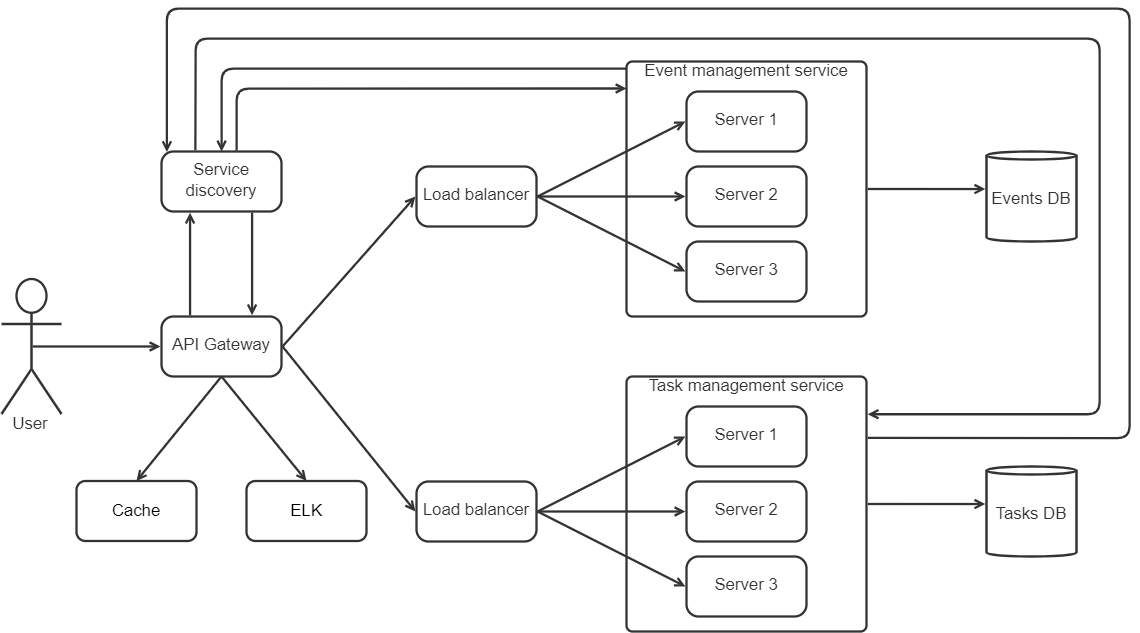
This is systemDesign.png from butnaruv/PAD-Lab1, a draw.io export, as it was before one commit. Source tidied: cells renumbered, new cells last; positions are measured from the earlier drawing's top-left corner, leaving out a move shared by most shapes.
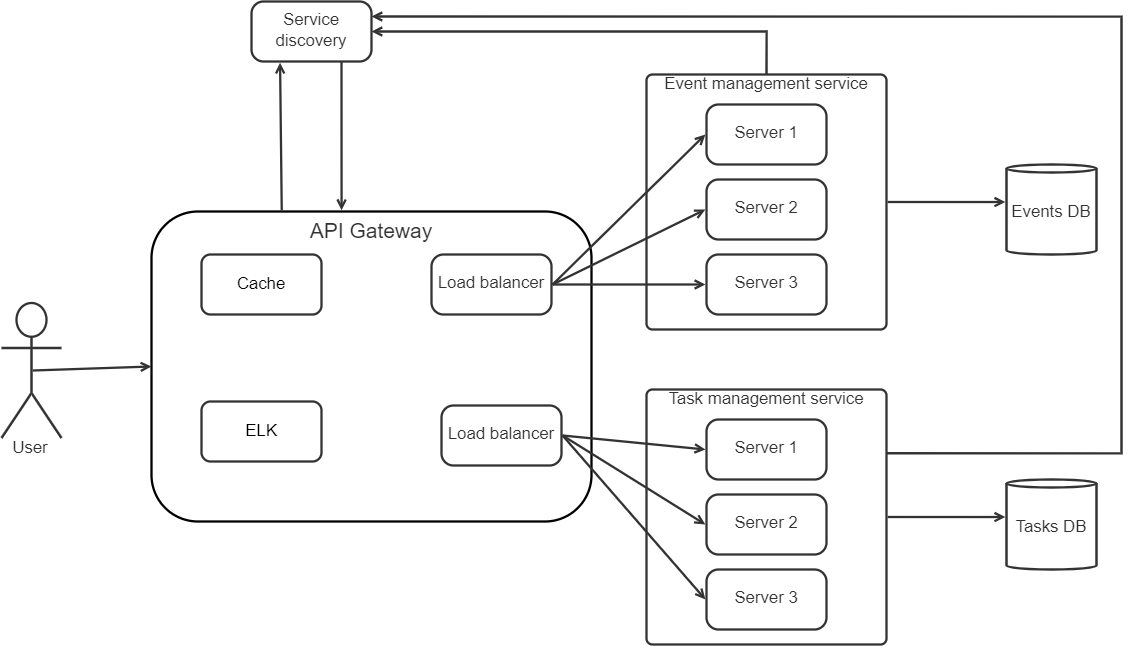
After the commit.

Change to the diagram source:
```diff
@@ -2,17 +2,11 @@
   <root>
     <mxCell id="0" />
     <mxCell id="1" parent="0" />
-    <mxCell id="2" style="rounded=0;jettySize=auto;html=1;exitX=0.5;exitY=1;exitDx=0;exitDy=0;strokeWidth=2.3;endArrow=open;endFill=0;entryX=0.5;entryY=0;entryDx=0;entryDy=0;strokeColor=#333333;" parent="1" edge="1" source="4" target="37">
-      <mxGeometry relative="1" as="geometry" />
-    </mxCell>
-    <mxCell id="3" style="rounded=0;jettySize=auto;html=1;entryX=0.5;entryY=0;entryDx=0;entryDy=0;exitX=0.5;exitY=1;exitDx=0;exitDy=0;strokeWidth=2.3;endArrow=open;endFill=0;strokeColor=#333333;" parent="1" edge="1" source="4" target="36">
-      <mxGeometry relative="1" as="geometry" />
-    </mxCell>
-    <mxCell id="4" value="&lt;div style=&quot;display: flex; justify-content: center; text-align: center; align-items: baseline; font-size: 0; line-height: 1.25;margin-top: -2px;&quot;&gt;&lt;span&gt;&lt;span style=&quot;font-size:16.8px;color:#333333;&quot;&gt;API Gateway&lt;/span&gt;&lt;/span&gt;&lt;/div&gt;" style="rounded=1;arcSize=20;whiteSpace=wrap;overflow=block;blockSpacing=1;html=1;fontSize=13;spacing=0;strokeColor=#333333;strokeOpacity=100;fillOpacity=100;fillColor=#ffffff;strokeWidth=2.3;" parent="1" vertex="1">
-      <mxGeometry x="160" y="308" width="120" height="60" as="geometry" />
+    <mxCell id="4" value="&lt;font style=&quot;font-size: 21px;&quot;&gt;API Gateway&lt;/font&gt;" style="rounded=1;whiteSpace=wrap;html=1;fillColor=none;strokeWidth=2.3;align=center;horizontal=1;verticalAlign=top;fontColor=#333333;" parent="1" vertex="1">
+      <mxGeometry x="130" y="190" width="440" height="310" as="geometry" />
     </mxCell>
     <mxCell id="5" value="&lt;div style=&quot;display: flex; justify-content: center; text-align: center; align-items: baseline; font-size: 0; line-height: 1.25;margin-top: -2px;&quot;&gt;&lt;span&gt;&lt;span style=&quot;font-size:16.8px;color:#333333;&quot;&gt;Service discovery&lt;/span&gt;&lt;/span&gt;&lt;/div&gt;" style="rounded=1;arcSize=20;whiteSpace=wrap;overflow=block;blockSpacing=1;html=1;fontSize=13;spacing=0;strokeColor=#333333;strokeOpacity=100;fillOpacity=100;fillColor=#ffffff;strokeWidth=2.3;" parent="1" vertex="1">
-      <mxGeometry x="160" y="143" width="120" height="60" as="geometry" />
+      <mxGeometry x="230" y="-20" width="120" height="60" as="geometry" />
     </mxCell>
     <mxCell id="6" value="&lt;div style=&quot;display: flex; justify-content: center; text-align: center; align-items: baseline; font-size: 0; line-height: 1.25;margin-top: -2px;&quot;&gt;&lt;span&gt;&lt;span style=&quot;font-size:16.8px;color:#333333;&quot;&gt;Server 1&lt;/span&gt;&lt;/span&gt;&lt;/div&gt;" style="rounded=1;arcSize=20;whiteSpace=wrap;overflow=block;blockSpacing=1;html=1;fontSize=13;spacing=0;strokeColor=#333333;strokeOpacity=100;fillOpacity=100;fillColor=#ffffff;strokeWidth=2.3;" parent="1" vertex="1">
       <mxGeometry x="685" y="83" width="120" height="60" as="geometry" />
@@ -27,14 +21,17 @@
       <mxGeometry x="985" y="458" width="90" height="90" as="geometry" />
     </mxCell>
     <mxCell id="10" value="&lt;div style=&quot;display: flex; justify-content: center; text-align: center; align-items: baseline; font-size: 0; line-height: 1.25;margin-top: -2px;&quot;&gt;&lt;span&gt;&lt;span style=&quot;font-size:16.8px;color:#333333;&quot;&gt;Load balancer&lt;/span&gt;&lt;/span&gt;&lt;/div&gt;" style="rounded=1;arcSize=20;whiteSpace=wrap;overflow=block;blockSpacing=1;html=1;fontSize=13;spacing=0;strokeColor=#333333;strokeOpacity=100;fillOpacity=100;fillColor=#ffffff;strokeWidth=2.3;" parent="1" vertex="1">
-      <mxGeometry x="415" y="473" width="120" height="60" as="geometry" />
+      <mxGeometry x="420" y="384" width="120" height="60" as="geometry" />
     </mxCell>
     <mxCell id="11" value="&lt;div style=&quot;display: flex; justify-content: center; text-align: center; align-items: baseline; font-size: 0; line-height: 1.25;margin-top: -2px;&quot;&gt;&lt;span&gt;&lt;span style=&quot;font-size:16.8px;color:#333333;&quot;&gt;Load balancer&lt;/span&gt;&lt;/span&gt;&lt;/div&gt;" style="rounded=1;arcSize=20;whiteSpace=wrap;overflow=block;blockSpacing=1;html=1;fontSize=13;spacing=0;strokeColor=#333333;strokeOpacity=100;fillOpacity=100;fillColor=#ffffff;strokeWidth=2.3;" parent="1" vertex="1">
-      <mxGeometry x="415" y="158" width="120" height="60" as="geometry" />
+      <mxGeometry x="410" y="233" width="120" height="60" as="geometry" />
     </mxCell>
     <mxCell id="12" value="&lt;div style=&quot;display: flex; justify-content: center; text-align: center; align-items: baseline; font-size: 0; line-height: 1.25;margin-top: -2px;&quot;&gt;&lt;span&gt;&lt;span style=&quot;font-size:16.8px;color:#333333;&quot;&gt;Server 3&lt;/span&gt;&lt;/span&gt;&lt;/div&gt;" style="rounded=1;arcSize=20;whiteSpace=wrap;overflow=block;blockSpacing=1;html=1;fontSize=13;spacing=0;strokeColor=#333333;strokeOpacity=100;fillOpacity=100;fillColor=#ffffff;strokeWidth=2.3;" parent="1" vertex="1">
       <mxGeometry x="685" y="233" width="120" height="60" as="geometry" />
     </mxCell>
+    <mxCell id="38" style="edgeStyle=orthogonalEdgeStyle;rounded=0;jettySize=auto;html=1;exitX=0.5;exitY=0;exitDx=0;exitDy=0;entryX=1;entryY=0.5;entryDx=0;entryDy=0;strokeWidth=2.3;strokeColor=#333333;endArrow=open;endFill=0;" parent="1" edge="1" source="13" target="5">
+      <mxGeometry relative="1" as="geometry" />
+    </mxCell>
     <mxCell id="13" value="Event management service" style="html=1;overflow=block;blockSpacing=1;whiteSpace=wrap;fontSize=16.8;fontColor=#333333;align=center;spacing=0;strokeColor=#333333;strokeOpacity=100;fillOpacity=0;rounded=1;absoluteArcSize=1;arcSize=12;fillColor=#000000;strokeWidth=2.3;lucidId=i9RyaR7qmEpO;verticalAlign=top;" parent="1" vertex="1">
       <mxGeometry x="625" y="53" width="240" height="255" as="geometry" />
     </mxCell>
@@ -47,13 +44,21 @@
     <mxCell id="16" value="&lt;div style=&quot;display: flex; justify-content: center; text-align: center; align-items: baseline; font-size: 0; line-height: 1.25;margin-top: -2px;&quot;&gt;&lt;span&gt;&lt;span style=&quot;font-size:16.8px;color:#333333;&quot;&gt;Server 3&lt;/span&gt;&lt;/span&gt;&lt;/div&gt;" style="rounded=1;arcSize=20;whiteSpace=wrap;overflow=block;blockSpacing=1;html=1;fontSize=13;spacing=0;strokeColor=#333333;strokeOpacity=100;fillOpacity=100;fillColor=#ffffff;strokeWidth=2.3;" parent="1" vertex="1">
       <mxGeometry x="685" y="548" width="120" height="60" as="geometry" />
     </mxCell>
+    <mxCell id="35" style="edgeStyle=orthogonalEdgeStyle;rounded=0;jettySize=auto;html=1;exitX=1;exitY=0.25;exitDx=0;exitDy=0;entryX=1;entryY=0.25;entryDx=0;entryDy=0;strokeColor=#333333;strokeWidth=2.3;endArrow=open;endFill=0;" parent="1" edge="1" source="17" target="5">
+      <mxGeometry relative="1" as="geometry">
+        <Array as="points">
+          <mxPoint x="1100" y="432" />
+          <mxPoint x="1100" y="-5" />
+        </Array>
+      </mxGeometry>
+    </mxCell>
     <mxCell id="17" value="Task management service" style="html=1;overflow=block;blockSpacing=1;whiteSpace=wrap;fontSize=16.8;fontColor=#333333;align=center;spacing=0;strokeColor=#333333;strokeOpacity=100;fillOpacity=0;rounded=1;absoluteArcSize=1;arcSize=12;fillColor=#000000;strokeWidth=2.3;lucidId=s-Ry9ryg8bJo;verticalAlign=top;" parent="1" vertex="1">
       <mxGeometry x="625" y="368" width="240" height="255" as="geometry" />
     </mxCell>
     <mxCell id="18" value="User" style="html=1;overflow=block;blockSpacing=1;shape=umlActor;labelPosition=center;verticalLabelPosition=bottom;verticalAlign=top;whiteSpace=nowrap;fontSize=16.8;fontColor=#333333;align=center;spacing=0;strokeColor=#333333;strokeOpacity=100;fillOpacity=100;rounded=1;absoluteArcSize=1;arcSize=12;fillColor=#ffffff;strokeWidth=2.3;lucidId=j_RyEjB4peIf;" parent="1" vertex="1">
-      <mxGeometry y="270.5" width="60" height="135" as="geometry" />
+      <mxGeometry x="-20" y="281.5" width="60" height="135" as="geometry" />
     </mxCell>
-    <mxCell id="19" style="html=1;jettySize=18;whiteSpace=wrap;fontSize=13;strokeColor=#333333;strokeOpacity=100;strokeWidth=2.3;rounded=0;startArrow=none;endArrow=open;exitX=0.521;exitY=0.5;exitPerimeter=0;entryX=-0.009;entryY=0.5;entryPerimeter=0;lucidId=F_RyUZypl2gB;" parent="1" edge="1" source="18" target="4">
+    <mxCell id="19" style="html=1;jettySize=18;whiteSpace=wrap;fontSize=13;strokeColor=#333333;strokeOpacity=100;strokeWidth=2.3;rounded=0;startArrow=none;endArrow=open;exitX=0.521;exitY=0.5;exitPerimeter=0;entryX=0;entryY=0.5;lucidId=F_RyUZypl2gB;entryDx=0;entryDy=0;" parent="1" edge="1" source="18" target="4">
       <mxGeometry relative="1" as="geometry" />
     </mxCell>
     <mxCell id="20" style="html=1;jettySize=18;whiteSpace=wrap;fontSize=13;strokeColor=#333333;strokeOpacity=100;strokeWidth=2.3;rounded=0;startArrow=none;endArrow=open;exitX=1.005;exitY=0.5;exitPerimeter=0;entryX=-0.013;entryY=0.417;entryPerimeter=0;lucidId=l.RyT~k6OoWa;" parent="1" edge="1" source="13" target="8">
@@ -62,18 +67,9 @@
     <mxCell id="21" style="html=1;jettySize=18;whiteSpace=wrap;fontSize=13;strokeColor=#333333;strokeOpacity=100;strokeWidth=2.3;rounded=0;startArrow=none;endArrow=open;exitX=1.005;exitY=0.5;exitPerimeter=0;entryX=-0.013;entryY=0.417;entryPerimeter=0;lucidId=r.RyOVUyxM6E;" parent="1" edge="1" source="17" target="9">
       <mxGeometry relative="1" as="geometry" />
     </mxCell>
-    <mxCell id="22" style="html=1;jettySize=18;whiteSpace=wrap;fontSize=13;strokeColor=#333333;strokeOpacity=100;strokeWidth=2.3;rounded=0;startArrow=none;endArrow=open;exitX=0.238;exitY=-0.019;exitPerimeter=0;entryX=0.238;entryY=1.019;entryPerimeter=0;lucidId=H.RyHB53fwCL;" parent="1" edge="1" source="4" target="5">
+    <mxCell id="22" style="html=1;jettySize=18;whiteSpace=wrap;fontSize=13;strokeColor=#333333;strokeOpacity=100;strokeWidth=2.3;rounded=0;startArrow=none;endArrow=open;entryX=0.238;entryY=1.019;entryPerimeter=0;lucidId=H.RyHB53fwCL;exitX=0.296;exitY=-0.004;exitDx=0;exitDy=0;exitPerimeter=0;" parent="1" edge="1" source="4" target="5">
       <mxGeometry relative="1" as="geometry" />
     </mxCell>
-    <mxCell id="23" style="html=1;jettySize=18;whiteSpace=wrap;fontSize=13;strokeColor=#333333;strokeOpacity=100;strokeWidth=2.3;rounded=0;startArrow=none;endArrow=open;exitX=0.755;exitY=1.019;exitPerimeter=0;entryX=0.755;entryY=-0.019;entryPerimeter=0;lucidId=Q.RyQFYvdO_U;" parent="1" edge="1" source="5" target="4">
-      <mxGeometry relative="1" as="geometry" />
-    </mxCell>
-    <mxCell id="24" style="html=1;jettySize=18;whiteSpace=wrap;fontSize=13;strokeColor=#333333;strokeOpacity=100;strokeWidth=2.3;rounded=0;startArrow=none;endArrow=open;exitX=1.009;exitY=0.5;exitPerimeter=0;entryX=-0.009;entryY=0.5;entryPerimeter=0;lucidId=~.Ryh6__NcKk;" parent="1" edge="1" source="4" target="10">
-      <mxGeometry relative="1" as="geometry" />
-    </mxCell>
-    <mxCell id="25" style="html=1;jettySize=18;whiteSpace=wrap;fontSize=13;strokeColor=#333333;strokeOpacity=100;strokeWidth=2.3;rounded=0;startArrow=none;endArrow=open;exitX=1.009;exitY=0.5;exitPerimeter=0;entryX=-0.009;entryY=0.5;entryPerimeter=0;lucidId=c~Ry9FZaUB0z;" parent="1" edge="1" source="4" target="11">
-      <mxGeometry relative="1" as="geometry" />
-    </mxCell>
     <mxCell id="26" style="html=1;jettySize=18;whiteSpace=wrap;fontSize=13;strokeColor=#333333;strokeOpacity=100;strokeWidth=2.3;rounded=0;startArrow=none;endArrow=open;exitX=1.009;exitY=0.5;exitPerimeter=0;entryX=-0.009;entryY=0.5;entryPerimeter=0;lucidId=o~RyOV5SQHU-;" parent="1" edge="1" source="11" target="6">
       <mxGeometry relative="1" as="geometry" />
     </mxCell>
@@ -92,45 +88,14 @@
     <mxCell id="31" style="html=1;jettySize=18;whiteSpace=wrap;fontSize=13;strokeColor=#333333;strokeOpacity=100;strokeWidth=2.3;rounded=0;startArrow=none;endArrow=open;exitX=1.009;exitY=0.5;exitPerimeter=0;entryX=-0.009;entryY=0.5;entryPerimeter=0;lucidId=R~Ry8e1qlgCk;" parent="1" edge="1" source="10" target="16">
       <mxGeometry relative="1" as="geometry" />
     </mxCell>
-    <mxCell id="32" style="html=1;jettySize=18;whiteSpace=wrap;fontSize=13;strokeColor=#333333;strokeOpacity=100;strokeWidth=2.3;rounded=1;arcSize=24;edgeStyle=orthogonalEdgeStyle;startArrow=none;endArrow=open;lucidId=obSyFbBPLFiC;exitX=0.626;exitY=-0.017;exitDx=0;exitDy=0;exitPerimeter=0;" parent="1" edge="1" source="5">
-      <mxGeometry relative="1" as="geometry">
-        <mxPoint x="625" y="80" as="targetPoint" />
-        <Array as="points">
-          <mxPoint x="235" y="80" />
-        </Array>
-      </mxGeometry>
-    </mxCell>
-    <mxCell id="33" style="html=1;jettySize=18;whiteSpace=wrap;fontSize=13;strokeColor=#333333;strokeOpacity=100;strokeWidth=2.3;rounded=1;arcSize=24;edgeStyle=orthogonalEdgeStyle;startArrow=open;endArrow=none;lucidId=GeSyhAOWNqwn;entryX=0.001;entryY=0.032;entryDx=0;entryDy=0;entryPerimeter=0;" parent="1" edge="1" source="5" target="13">
-      <mxGeometry relative="1" as="geometry">
-        <Array as="points">
-          <mxPoint x="220" y="60" />
-          <mxPoint x="625" y="60" />
-        </Array>
-      </mxGeometry>
-    </mxCell>
-    <mxCell id="34" style="html=1;jettySize=18;whiteSpace=wrap;fontSize=13;strokeColor=#333333;strokeOpacity=100;strokeWidth=2.3;rounded=1;arcSize=24;edgeStyle=orthogonalEdgeStyle;startArrow=none;endArrow=open;exitX=0.283;exitY=-0.019;exitPerimeter=0;entryX=1.005;entryY=0.148;entryPerimeter=0;lucidId=2fSy2w0fxYR7;" parent="1" edge="1" source="5" target="17">
-      <mxGeometry relative="1" as="geometry">
-        <Array as="points">
-          <mxPoint x="194" y="30" />
-          <mxPoint x="1098" y="30" />
-          <mxPoint x="1098" y="405" />
-        </Array>
-      </mxGeometry>
-    </mxCell>
-    <mxCell id="35" style="html=1;jettySize=18;whiteSpace=wrap;fontSize=13;strokeColor=#333333;strokeOpacity=100;strokeWidth=2.3;rounded=1;arcSize=24;edgeStyle=orthogonalEdgeStyle;startArrow=none;endArrow=open;exitX=1.005;exitY=0.241;exitPerimeter=0;entryX=0.045;entryY=0.01;entryPerimeter=0;lucidId=AgSyVY1LWAk.;" parent="1" edge="1" source="17" target="5">
-      <mxGeometry relative="1" as="geometry">
-        <Array as="points">
-          <mxPoint x="1128" y="429" />
-          <mxPoint x="1128" />
-          <mxPoint x="165" />
-        </Array>
-      </mxGeometry>
-    </mxCell>
     <mxCell id="36" value="&lt;font style=&quot;font-size: 16.8px;&quot;&gt;ELK&lt;/font&gt;" style="rounded=1;whiteSpace=wrap;html=1;fontSize=13;strokeWidth=2.3;strokeColor=#333333;" parent="1" vertex="1">
-      <mxGeometry x="245" y="472.5" width="120" height="60" as="geometry" />
+      <mxGeometry x="180" y="380" width="120" height="60" as="geometry" />
     </mxCell>
     <mxCell id="37" value="&lt;font style=&quot;font-size: 16.8px;&quot;&gt;Cache&lt;/font&gt;" style="rounded=1;whiteSpace=wrap;html=1;fontSize=13;strokeWidth=2.3;strokeColor=#333333;" parent="1" vertex="1">
-      <mxGeometry x="75" y="472.5" width="120" height="60" as="geometry" />
+      <mxGeometry x="180" y="233" width="120" height="60" as="geometry" />
     </mxCell>
+    <mxCell id="39" style="html=1;jettySize=18;whiteSpace=wrap;fontSize=13;strokeColor=#333333;strokeOpacity=100;strokeWidth=2.3;rounded=0;startArrow=open;endArrow=none;entryX=0.75;entryY=1;lucidId=H.RyHB53fwCL;entryDx=0;entryDy=0;endFill=0;startFill=0;exitX=0.432;exitY=-0.004;exitDx=0;exitDy=0;exitPerimeter=0;" parent="1" edge="1" source="4" target="5">
+      <mxGeometry relative="1" as="geometry" />
+    </mxCell>
   </root>
 </mxGraphModel>
```
